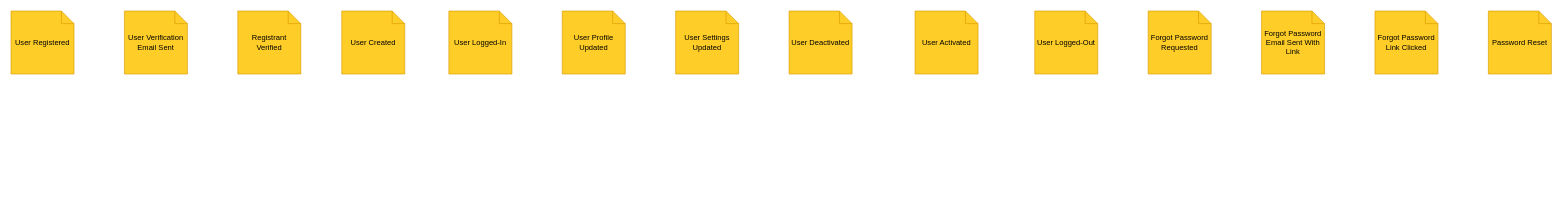
The draw.io diagram page "IdentityAccess-BigPictureEventStorming" (2 of 4) of design/EventStorming.drawio in codefinity/oeuvre, before the edit. Source tidied: cells renumbered, new cells numbered last; positions are measured from the earlier drawing's top-left corner, leaving out a move shared by most shapes. Both pictures are drawn from the tidied source at 63%, with x=0, y=0 at pixel (11, 11).
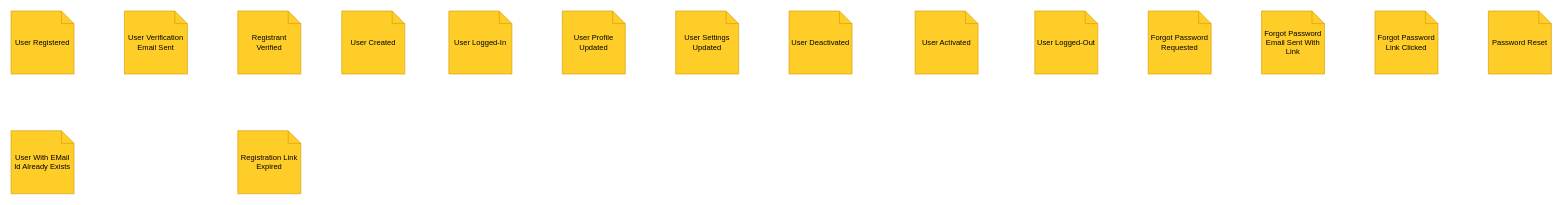
After the change.

The edit, as a diff of the source:
```diff
@@
 <mxGraphModel>
   <root>
     <mxCell id="0" />
     <mxCell id="1" parent="0" />
     <mxCell id="2" value="User Registered" style="shape=note;size=20;whiteSpace=wrap;html=1;fillColor=#ffcd28;strokeColor=#d79b00;" parent="1" vertex="1">
       <mxGeometry width="100" height="100" as="geometry" />
     </mxCell>
     <mxCell id="3" value="User Verification Email Sent" style="shape=note;size=20;whiteSpace=wrap;html=1;fillColor=#ffcd28;strokeColor=#d79b00;" parent="1" vertex="1">
       <mxGeometry x="180" width="100" height="100" as="geometry" />
     </mxCell>
     <mxCell id="4" value="Registrant Verified" style="shape=note;size=20;whiteSpace=wrap;html=1;fillColor=#ffcd28;strokeColor=#d79b00;" parent="1" vertex="1">
       <mxGeometry x="360" width="100" height="100" as="geometry" />
     </mxCell>
     <mxCell id="5" value="User Logged-In" style="shape=note;size=20;whiteSpace=wrap;html=1;fillColor=#ffcd28;strokeColor=#d79b00;" parent="1" vertex="1">
       <mxGeometry x="695" width="100" height="100" as="geometry" />
     </mxCell>
     <mxCell id="6" value="User Logged-Out" style="shape=note;size=20;whiteSpace=wrap;html=1;fillColor=#ffcd28;strokeColor=#d79b00;" parent="1" vertex="1">
       <mxGeometry x="1625" width="100" height="100" as="geometry" />
     </mxCell>
     <mxCell id="7" value="User Profile Updated" style="shape=note;size=20;whiteSpace=wrap;html=1;fillColor=#ffcd28;strokeColor=#d79b00;" parent="1" vertex="1">
       <mxGeometry x="875" width="100" height="100" as="geometry" />
     </mxCell>
     <mxCell id="8" value="User Settings Updated" style="shape=note;size=20;whiteSpace=wrap;html=1;fillColor=#ffcd28;strokeColor=#d79b00;" parent="1" vertex="1">
       <mxGeometry x="1055" width="100" height="100" as="geometry" />
     </mxCell>
     <mxCell id="9" value="User Deactivated" style="shape=note;size=20;whiteSpace=wrap;html=1;fillColor=#ffcd28;strokeColor=#d79b00;" parent="1" vertex="1">
       <mxGeometry x="1235" width="100" height="100" as="geometry" />
     </mxCell>
     <mxCell id="10" value="Forgot Password Requested" style="shape=note;size=20;whiteSpace=wrap;html=1;fillColor=#ffcd28;strokeColor=#d79b00;" parent="1" vertex="1">
       <mxGeometry x="1805" width="100" height="100" as="geometry" />
     </mxCell>
     <mxCell id="11" value="Forgot Password Email Sent With Link" style="shape=note;size=20;whiteSpace=wrap;html=1;fillColor=#ffcd28;strokeColor=#d79b00;" parent="1" vertex="1">
       <mxGeometry x="1985" width="100" height="100" as="geometry" />
     </mxCell>
     <mxCell id="12" value="Password Reset" style="shape=note;size=20;whiteSpace=wrap;html=1;fillColor=#ffcd28;strokeColor=#d79b00;" parent="1" vertex="1">
       <mxGeometry x="2345" width="100" height="100" as="geometry" />
     </mxCell>
     <mxCell id="13" value="Forgot Password Link Clicked" style="shape=note;size=20;whiteSpace=wrap;html=1;fillColor=#ffcd28;strokeColor=#d79b00;" parent="1" vertex="1">
       <mxGeometry x="2165" width="100" height="100" as="geometry" />
     </mxCell>
     <mxCell id="14" value="User Created" style="shape=note;size=20;whiteSpace=wrap;html=1;fillColor=#ffcd28;strokeColor=#d79b00;" parent="1" vertex="1">
       <mxGeometry x="525" width="100" height="100" as="geometry" />
     </mxCell>
     <mxCell id="15" value="User Activated" style="shape=note;size=20;whiteSpace=wrap;html=1;fillColor=#ffcd28;strokeColor=#d79b00;" parent="1" vertex="1">
       <mxGeometry x="1435" width="100" height="100" as="geometry" />
     </mxCell>
+    <mxCell id="16" value="User With EMail Id Already Exists" style="shape=note;size=20;whiteSpace=wrap;html=1;fillColor=#ffcd28;strokeColor=#d79b00;" parent="1" vertex="1">
+      <mxGeometry y="190" width="100" height="100" as="geometry" />
+    </mxCell>
+    <mxCell id="17" value="Registration Link Expired" style="shape=note;size=20;whiteSpace=wrap;html=1;fillColor=#ffcd28;strokeColor=#d79b00;" parent="1" vertex="1">
+      <mxGeometry x="360" y="190" width="100" height="100" as="geometry" />
+    </mxCell>
   </root>
 </mxGraphModel>
```
